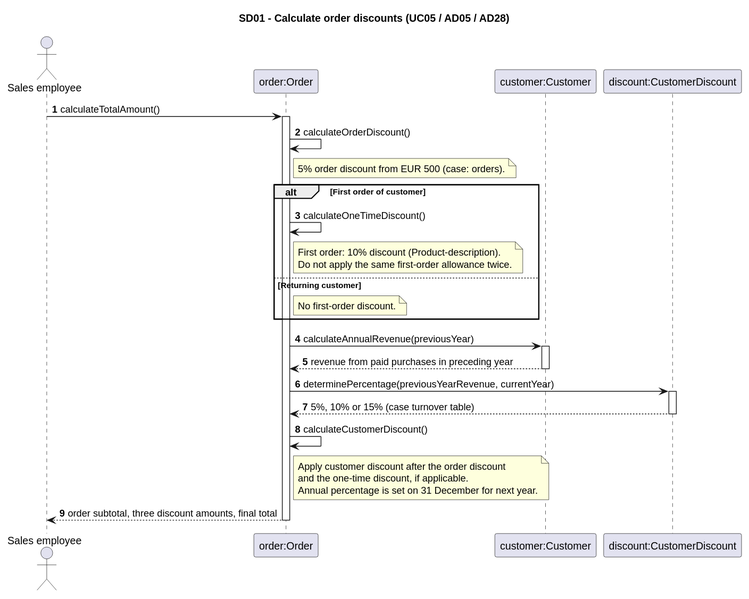
The PlantUML diagram Documentation/Architecture/uml/export/sequence_diagrams/SD01_Klantenkorting.svg in ViktorQorri/Project-Timaflu, before a commit.
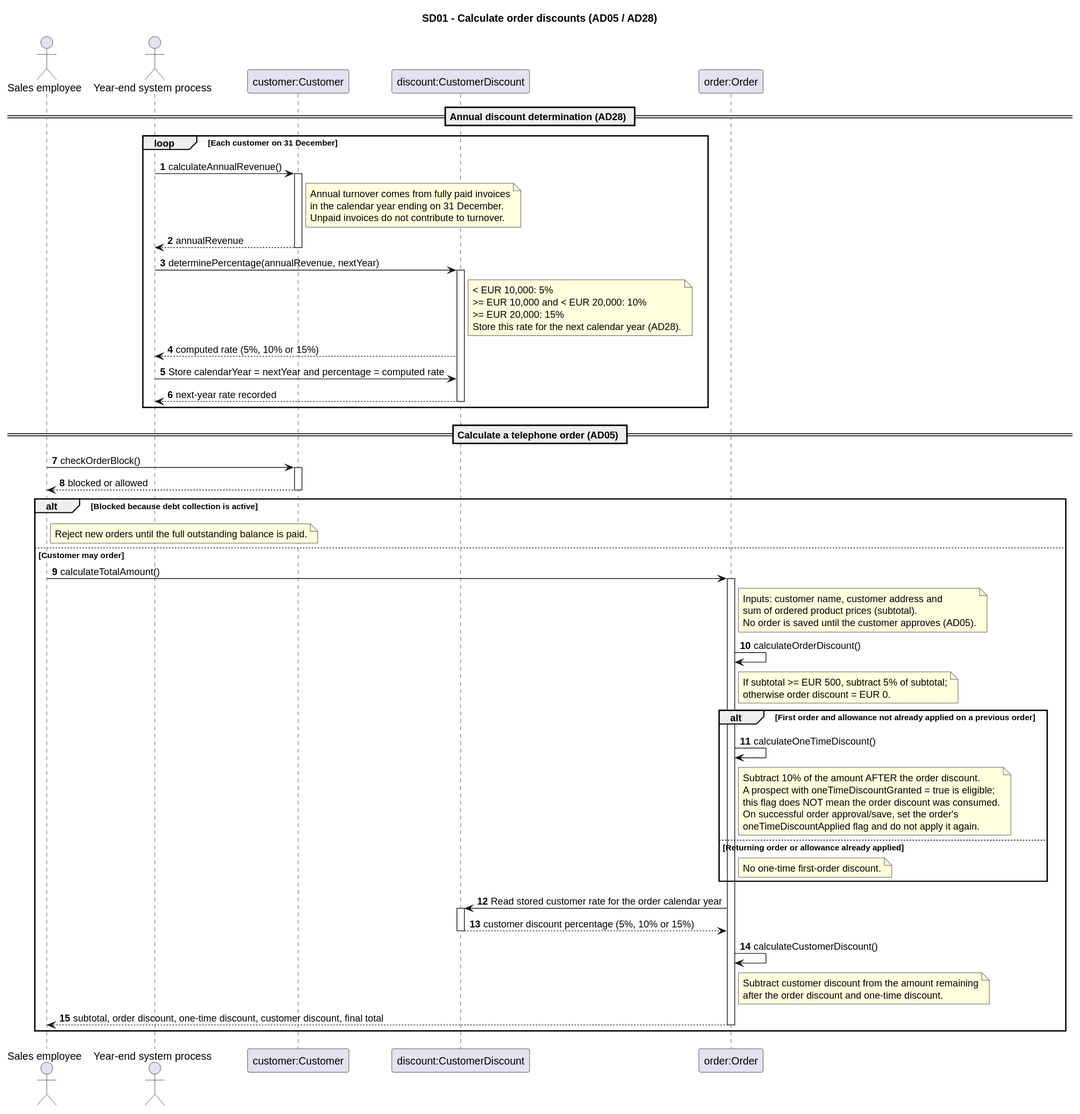
After the change.

Commit message:
docs: align five sequence diagrams with authoritative Timaflu case

What changed in the source:
```diff
@@ -1,41 +1,80 @@
 @startuml
-title SD01 - Calculate order discounts (UC05 / AD05 / AD28)
+title SD01 - Calculate order discounts (AD05 / AD28)
 autonumber
 
 actor "Sales employee" as Sales
-participant "order:Order" as O
-participant "customer:Customer" as C
-participant "discount:CustomerDiscount" as D
+actor "Year-end system process" as YearEnd
+participant "customer:Customer" as Customer
+participant "discount:CustomerDiscount" as Discount
+participant "order:Order" as Order
 
-Sales -> O: calculateTotalAmount()
-activate O
-O -> O: calculateOrderDiscount()
-note right of O: 5% order discount from EUR 500 (case: orders).
-
-alt First order of customer
-  O -> O: calculateOneTimeDiscount()
-  note right of O
-    First order: 10% discount (Product-description).
-    Do not apply the same first-order allowance twice.
+== Annual discount determination (AD28) ==
+loop Each customer on 31 December
+  YearEnd -> Customer: calculateAnnualRevenue()
+  activate Customer
+  note right of Customer
+    Annual turnover comes from fully paid invoices
+    in the calendar year ending on 31 December.
+    Unpaid invoices do not contribute to turnover.
   end note
-else Returning customer
-  note right of O: No first-order discount.
+  Customer --> YearEnd: annualRevenue
+  deactivate Customer
+  YearEnd -> Discount: determinePercentage(annualRevenue, nextYear)
+  activate Discount
+  note right of Discount
+    < EUR 10,000: 5%
+    >= EUR 10,000 and < EUR 20,000: 10%
+    >= EUR 20,000: 15%
+    Store this rate for the next calendar year (AD28).
+  end note
+  Discount --> YearEnd: computed rate (5%, 10% or 15%)
+  YearEnd -> Discount: Store calendarYear = nextYear and percentage = computed rate
+  Discount --> YearEnd: next-year rate recorded
+  deactivate Discount
 end
 
-O -> C: calculateAnnualRevenue(previousYear)
-activate C
-C --> O: revenue from paid purchases in preceding year
-deactivate C
-O -> D: determinePercentage(previousYearRevenue, currentYear)
-activate D
-D --> O: 5%, 10% or 15% (case turnover table)
-deactivate D
-O -> O: calculateCustomerDiscount()
-note right of O
-  Apply customer discount after the order discount
-  and the one-time discount, if applicable.
-  Annual percentage is set on 31 December for next year.
-end note
-O --> Sales: order subtotal, three discount amounts, final total
-deactivate O
+== Calculate a telephone order (AD05) ==
+Sales -> Customer: checkOrderBlock()
+activate Customer
+Customer --> Sales: blocked or allowed
+deactivate Customer
+alt Blocked because debt collection is active
+  note right of Sales: Reject new orders until the full outstanding balance is paid.
+else Customer may order
+  Sales -> Order: calculateTotalAmount()
+  activate Order
+  note right of Order
+    Inputs: customer name, customer address and
+    sum of ordered product prices (subtotal).
+    No order is saved until the customer approves (AD05).
+  end note
+  Order -> Order: calculateOrderDiscount()
+  note right of Order
+    If subtotal >= EUR 500, subtract 5% of subtotal;
+    otherwise order discount = EUR 0.
+  end note
+  alt First order and allowance not already applied on a previous order
+    Order -> Order: calculateOneTimeDiscount()
+    note right of Order
+      Subtract 10% of the amount AFTER the order discount.
+      A prospect with oneTimeDiscountGranted = true is eligible;
+      this flag does NOT mean the order discount was consumed.
+      On successful order approval/save, set the order's
+      oneTimeDiscountApplied flag and do not apply it again.
+    end note
+  else Returning order or allowance already applied
+    note right of Order: No one-time first-order discount.
+  end
+  Order -> Discount: Read stored customer rate for the order calendar year
+  activate Discount
+  Discount --> Order: customer discount percentage (5%, 10% or 15%)
+  deactivate Discount
+  Order -> Order: calculateCustomerDiscount()
+  note right of Order
+    Subtract customer discount from the amount remaining
+    after the order discount and one-time discount.
+  end note
+  Order --> Sales: subtotal, order discount, one-time discount, customer discount, final total
+  deactivate Order
+end
 @enduml
```
